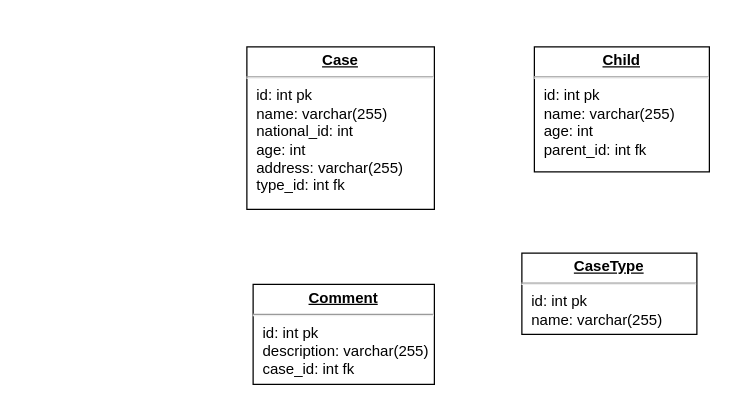
Before: database.drawio in MuhammadTarek10/charity-app, a draw.io diagram. Source tidied: cells renumbered, new cells numbered last; positions are measured from the earlier drawing's top-left corner, leaving out a move shared by most shapes. Both pictures are drawn from the tidied source at 125%, with x=0, y=0 at pixel (246, 46).
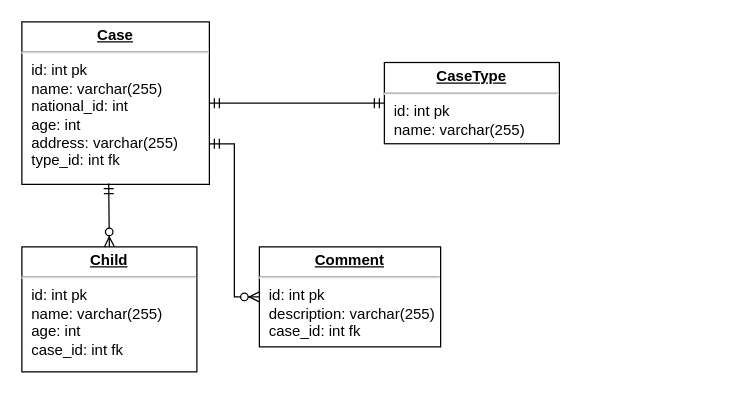
After the change.

The edit, as a diff of the source:
```diff
@@
 <mxGraphModel>
   <root>
     <mxCell id="0" />
     <mxCell id="1" parent="0" />
     <mxCell id="2" value="&lt;p style=&quot;margin: 0px ; margin-top: 4px ; text-align: center ; text-decoration: underline&quot;&gt;&lt;b&gt;Case&lt;/b&gt;&lt;/p&gt;&lt;hr&gt;&lt;p style=&quot;margin: 0px ; margin-left: 8px&quot;&gt;id: int pk&lt;/p&gt;&lt;p style=&quot;margin: 0px ; margin-left: 8px&quot;&gt;name: varchar(255)&lt;/p&gt;&lt;p style=&quot;margin: 0px ; margin-left: 8px&quot;&gt;national_id: int&lt;/p&gt;&lt;p style=&quot;margin: 0px ; margin-left: 8px&quot;&gt;age: int&lt;/p&gt;&lt;p style=&quot;margin: 0px ; margin-left: 8px&quot;&gt;address: varchar(255)&lt;/p&gt;&lt;p style=&quot;margin: 0px ; margin-left: 8px&quot;&gt;type_id: int fk&lt;/p&gt;" style="verticalAlign=top;align=left;overflow=fill;fontSize=12;fontFamily=Helvetica;html=1;rounded=0;shadow=0;comic=0;labelBackgroundColor=none;strokeWidth=1;" parent="1" vertex="1">
-      <mxGeometry width="150" height="130" as="geometry" />
+      <mxGeometry x="-180" y="-20" width="150" height="130" as="geometry" />
     </mxCell>
-    <mxCell id="3" value="&lt;p style=&quot;margin: 0px ; margin-top: 4px ; text-align: center ; text-decoration: underline&quot;&gt;&lt;b&gt;Child&lt;/b&gt;&lt;/p&gt;&lt;hr&gt;&lt;p style=&quot;margin: 0px ; margin-left: 8px&quot;&gt;id: int pk&lt;/p&gt;&lt;p style=&quot;margin: 0px ; margin-left: 8px&quot;&gt;name: varchar(255)&lt;/p&gt;&lt;p style=&quot;margin: 0px ; margin-left: 8px&quot;&gt;age: int&lt;/p&gt;&lt;p style=&quot;margin: 0px ; margin-left: 8px&quot;&gt;parent_id: int fk&lt;/p&gt;" style="verticalAlign=top;align=left;overflow=fill;fontSize=12;fontFamily=Helvetica;html=1;rounded=0;shadow=0;comic=0;labelBackgroundColor=none;strokeWidth=1;" parent="1" vertex="1">
-      <mxGeometry x="230" width="140" height="100" as="geometry" />
+    <mxCell id="3" value="&lt;p style=&quot;margin: 0px ; margin-top: 4px ; text-align: center ; text-decoration: underline&quot;&gt;&lt;b&gt;Child&lt;/b&gt;&lt;/p&gt;&lt;hr&gt;&lt;p style=&quot;margin: 0px ; margin-left: 8px&quot;&gt;id: int pk&lt;/p&gt;&lt;p style=&quot;margin: 0px ; margin-left: 8px&quot;&gt;name: varchar(255)&lt;/p&gt;&lt;p style=&quot;margin: 0px ; margin-left: 8px&quot;&gt;age: int&lt;/p&gt;&lt;p style=&quot;margin: 0px ; margin-left: 8px&quot;&gt;case_id: int fk&lt;/p&gt;" style="verticalAlign=top;align=left;overflow=fill;fontSize=12;fontFamily=Helvetica;html=1;rounded=0;shadow=0;comic=0;labelBackgroundColor=none;strokeWidth=1;" parent="1" vertex="1">
+      <mxGeometry x="-180" y="160" width="140" height="100" as="geometry" />
     </mxCell>
     <mxCell id="4" value="&lt;p style=&quot;margin: 0px ; margin-top: 4px ; text-align: center ; text-decoration: underline&quot;&gt;&lt;b&gt;Comment&lt;/b&gt;&lt;/p&gt;&lt;hr&gt;&lt;p style=&quot;margin: 0px ; margin-left: 8px&quot;&gt;id: int pk&lt;/p&gt;&lt;p style=&quot;margin: 0px ; margin-left: 8px&quot;&gt;description: varchar(255)&lt;/p&gt;&lt;p style=&quot;margin: 0px ; margin-left: 8px&quot;&gt;case_id: int fk&lt;/p&gt;" style="verticalAlign=top;align=left;overflow=fill;fontSize=12;fontFamily=Helvetica;html=1;rounded=0;shadow=0;comic=0;labelBackgroundColor=none;strokeWidth=1;" parent="1" vertex="1">
-      <mxGeometry x="5" y="190" width="145" height="80" as="geometry" />
+      <mxGeometry x="10" y="160" width="145" height="80" as="geometry" />
     </mxCell>
     <mxCell id="5" value="&lt;p style=&quot;margin: 0px ; margin-top: 4px ; text-align: center ; text-decoration: underline&quot;&gt;&lt;b&gt;CaseType&lt;/b&gt;&lt;/p&gt;&lt;hr&gt;&lt;p style=&quot;margin: 0px ; margin-left: 8px&quot;&gt;id: int pk&lt;/p&gt;&lt;p style=&quot;margin: 0px ; margin-left: 8px&quot;&gt;name: varchar(255)&lt;/p&gt;" style="verticalAlign=top;align=left;overflow=fill;fontSize=12;fontFamily=Helvetica;html=1;rounded=0;shadow=0;comic=0;labelBackgroundColor=none;strokeWidth=1;" parent="1" vertex="1">
-      <mxGeometry x="220" y="165" width="140" height="65" as="geometry" />
+      <mxGeometry x="110" y="12.5" width="140" height="65" as="geometry" />
     </mxCell>
+    <mxCell id="6" style="fontSize=12;html=1;endArrow=ERmandOne;startArrow=ERmandOne;rounded=0;entryX=1;entryY=0.5;entryDx=0;entryDy=0;exitX=0;exitY=0.5;exitDx=0;exitDy=0;" parent="1" edge="1" source="5" target="2">
+      <mxGeometry relative="1" as="geometry" />
+    </mxCell>
+    <mxCell id="7" style="fontSize=12;html=1;endArrow=ERzeroToMany;startArrow=ERmandOne;rounded=0;exitX=0.463;exitY=0.995;exitDx=0;exitDy=0;entryX=0.5;entryY=0;entryDx=0;entryDy=0;exitPerimeter=0;" parent="1" edge="1" source="2" target="3">
+      <mxGeometry relative="1" as="geometry" />
+    </mxCell>
+    <mxCell id="8" style="fontSize=12;html=1;endArrow=ERzeroToMany;startArrow=ERmandOne;rounded=0;exitX=1;exitY=0.75;exitDx=0;exitDy=0;entryX=0;entryY=0.5;entryDx=0;entryDy=0;edgeStyle=orthogonalEdgeStyle;" parent="1" edge="1" source="2" target="4">
+      <mxGeometry relative="1" as="geometry" />
+    </mxCell>
   </root>
 </mxGraphModel>
```
